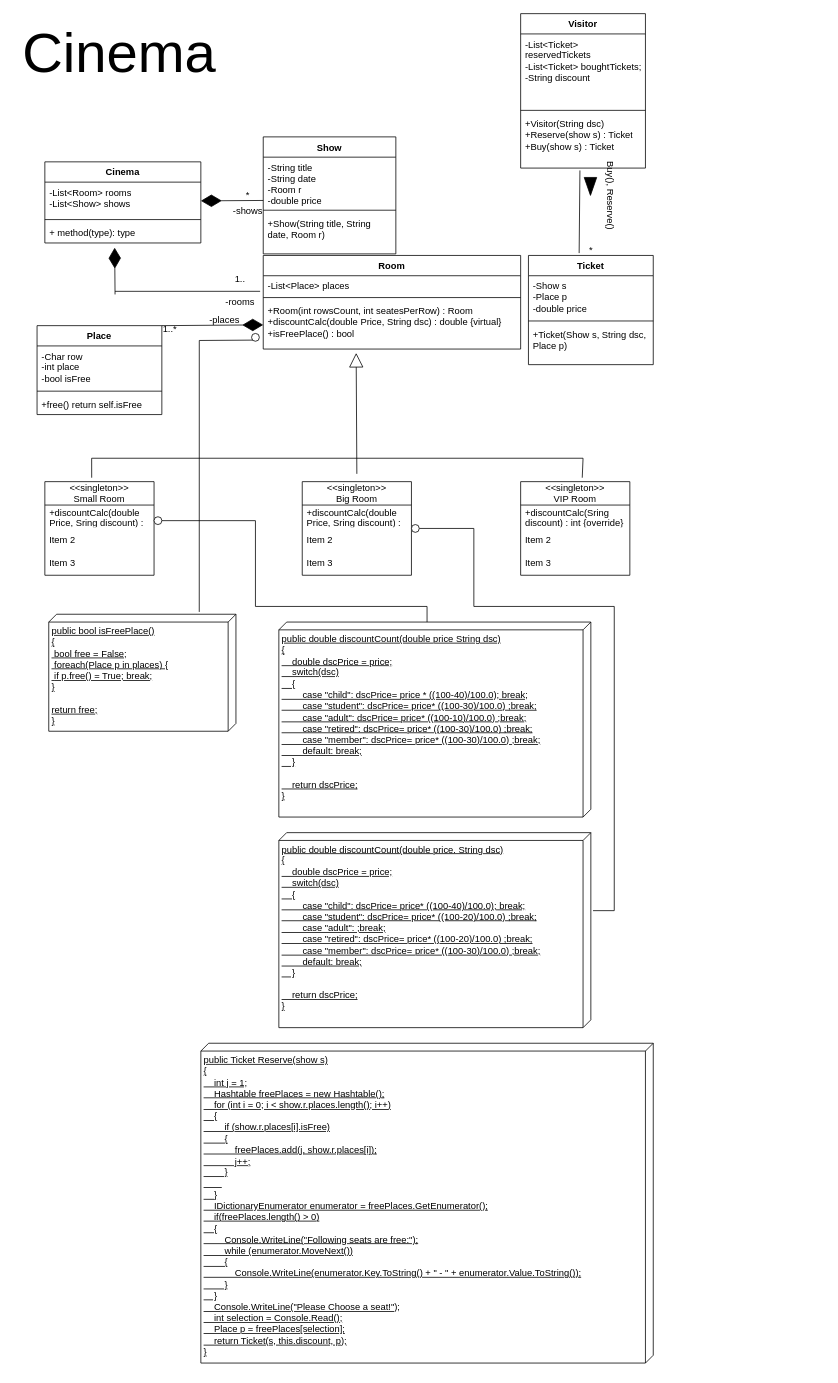
Before: Untitled Diagram.drawio in hitchhiker1986/OEP_bigFinalHomeWork, a draw.io diagram. Source tidied: cells renumbered, new cells numbered last; positions are measured from the earlier drawing's top-left corner, leaving out a move shared by most shapes. Both pictures are drawn from the tidied source at 78%, with x=0, y=0 at pixel (13, 13).
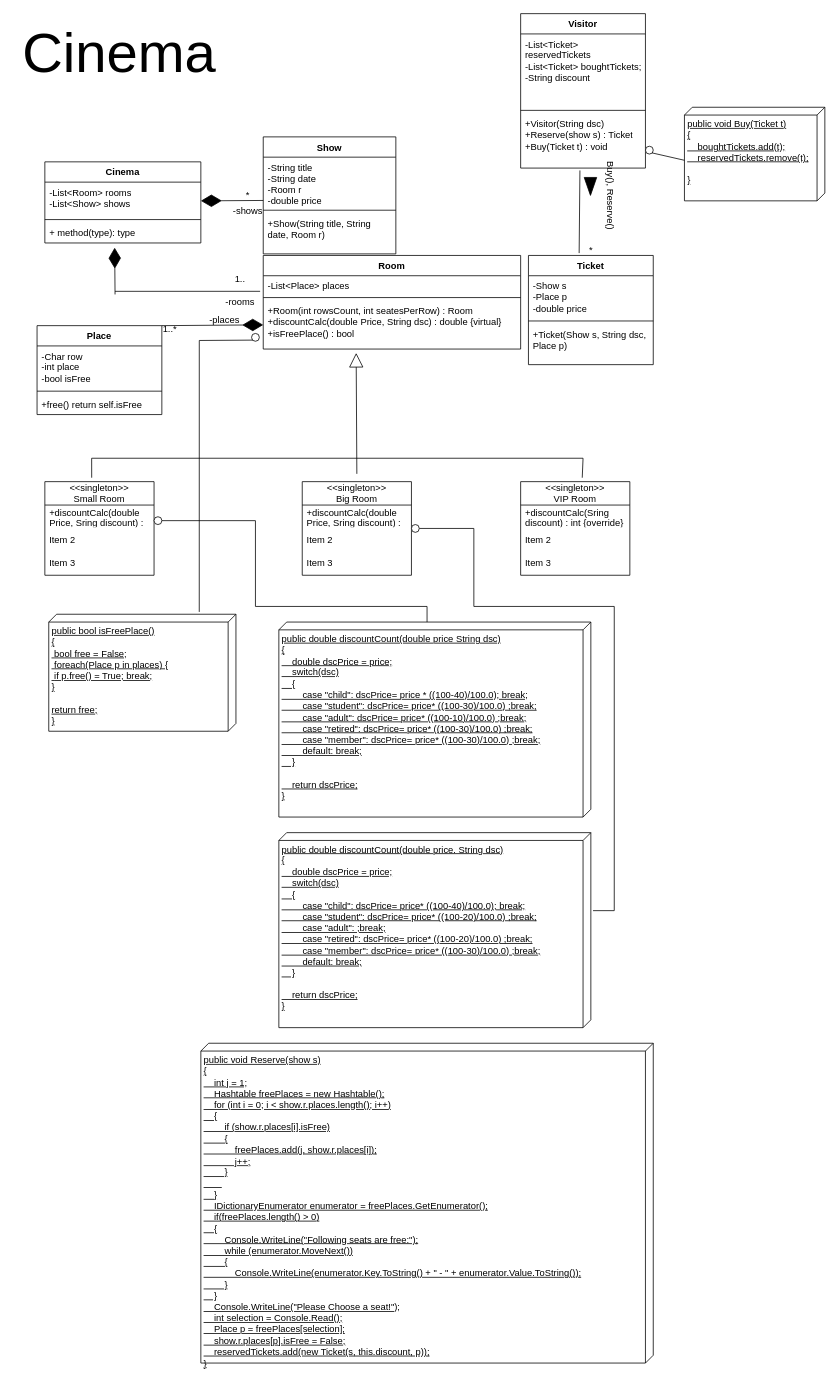
The same page after the edit.

The change refers to these unchanged cells:
```xml
<mxCell id="36" value="Visitor" style="swimlane;fontStyle=1;align=center;verticalAlign=top;horizontal=1;startSize=26;whiteSpace=wrap;html=1;" parent="1" vertex="1">
  <mxGeometry x="650" width="160" height="198" as="geometry" />
</mxCell>
```

Diff of the diagram source:
```diff
@@
-    <mxCell id="39" value="&lt;div&gt;+Visitor(String dsc)&lt;br&gt;+Reserve(show s) : Ticket&lt;br&gt;&lt;/div&gt;&lt;div&gt;+Buy(show s) : Ticket&lt;/div&gt;&lt;div&gt;&lt;br&gt;&lt;/div&gt;" style="text;strokeColor=none;fillColor=none;align=left;verticalAlign=top;spacingLeft=4;spacingRight=4;overflow=hidden;points=[[0,0.5],[1,0.5]];portConstraint=eastwest;whiteSpace=wrap;html=1;" parent="36" vertex="1">
+    <mxCell id="39" value="&lt;div&gt;+Visitor(String dsc)&lt;br&gt;+Reserve(show s) : Ticket&lt;br&gt;&lt;/div&gt;&lt;div&gt;+Buy(Ticket t) : void&lt;br&gt;&lt;/div&gt;&lt;div&gt;&lt;br&gt;&lt;/div&gt;" style="text;strokeColor=none;fillColor=none;align=left;verticalAlign=top;spacingLeft=4;spacingRight=4;overflow=hidden;points=[[0,0.5],[1,0.5]];portConstraint=eastwest;whiteSpace=wrap;html=1;" parent="36" vertex="1">
       <mxGeometry y="128" width="160" height="70" as="geometry" />
     </mxCell>
@@
-    <mxCell id="61" value="public Ticket Reserve(show s) &lt;br&gt;{&lt;br&gt;&amp;nbsp;&amp;nbsp; &amp;nbsp;int j = 1;&lt;br&gt;&amp;nbsp;&amp;nbsp; &amp;nbsp;Hashtable freePlaces = new Hashtable();&lt;br&gt;&amp;nbsp;&amp;nbsp; &amp;nbsp;for (int i = 0; i &amp;lt; show.r.places.length(); i++) &lt;br&gt;&amp;nbsp;&amp;nbsp; &amp;nbsp;{&lt;br&gt;&amp;nbsp;&amp;nbsp; &amp;nbsp;&amp;nbsp;&amp;nbsp;&amp;nbsp; if (show.r.places[i].isFree)&lt;br&gt;&amp;nbsp;&amp;nbsp; &amp;nbsp;&amp;nbsp;&amp;nbsp;&amp;nbsp; {&lt;br&gt;&amp;nbsp;&amp;nbsp; &amp;nbsp;&amp;nbsp;&amp;nbsp;&amp;nbsp; &amp;nbsp;&amp;nbsp;&amp;nbsp; freePlaces.add(j, show.r.places[i]);&lt;br&gt;&amp;nbsp;&amp;nbsp; &amp;nbsp;&amp;nbsp;&amp;nbsp;&amp;nbsp; &amp;nbsp;&amp;nbsp;&amp;nbsp; j++;&lt;br&gt;&amp;nbsp;&amp;nbsp; &amp;nbsp;&amp;nbsp;&amp;nbsp;&amp;nbsp; }&lt;br&gt;&amp;nbsp;&amp;nbsp; &amp;nbsp;&amp;nbsp;&amp;nbsp;&amp;nbsp; &lt;br&gt;&amp;nbsp;&amp;nbsp; &amp;nbsp;}&lt;br&gt;&amp;nbsp;&amp;nbsp; &amp;nbsp;IDictionaryEnumerator enumerator = freePlaces.GetEnumerator();&lt;br&gt;&amp;nbsp;&amp;nbsp; &amp;nbsp;if(freePlaces.length() &amp;gt; 0)&lt;br&gt;&amp;nbsp;&amp;nbsp; &amp;nbsp;{&lt;br&gt;&amp;nbsp;&amp;nbsp; &amp;nbsp;&amp;nbsp;&amp;nbsp;&amp;nbsp; Console.WriteLine(&quot;Following seats are free:&quot;);&lt;br&gt;&amp;nbsp;&amp;nbsp; &amp;nbsp;&amp;nbsp;&amp;nbsp;&amp;nbsp; while (enumerator.MoveNext())&lt;br&gt;&amp;nbsp;&amp;nbsp; &amp;nbsp;&amp;nbsp;&amp;nbsp;&amp;nbsp; {&lt;br&gt;&amp;nbsp;&amp;nbsp; &amp;nbsp;&amp;nbsp;&amp;nbsp;&amp;nbsp; &amp;nbsp;&amp;nbsp;&amp;nbsp; Console.WriteLine(enumerator.Key.ToString() + &quot; - &quot; + enumerator.Value.ToString());&lt;br&gt;&amp;nbsp;&amp;nbsp; &amp;nbsp;&amp;nbsp;&amp;nbsp;&amp;nbsp; }&lt;br&gt;&amp;nbsp;&amp;nbsp; &amp;nbsp;}&lt;br&gt;&amp;nbsp;&amp;nbsp; &amp;nbsp;Console.WriteLine(&quot;Please Choose a seat!&quot;);&lt;br&gt;&amp;nbsp;&amp;nbsp; &amp;nbsp;int selection = Console.Read();&lt;br&gt;&amp;nbsp;&amp;nbsp; &amp;nbsp;Place p = freePlaces[selection];&lt;br&gt;&amp;nbsp;&amp;nbsp; &amp;nbsp;return Ticket(s, this.discount, p);&lt;br&gt;}" style="verticalAlign=top;align=left;spacingTop=8;spacingLeft=2;spacingRight=12;shape=cube;size=10;direction=south;fontStyle=4;html=1;whiteSpace=wrap;" parent="1" vertex="1">
+    <mxCell id="61" value="public void Reserve(show s) &lt;br&gt;{&lt;br&gt;&amp;nbsp;&amp;nbsp; &amp;nbsp;int j = 1;&lt;br&gt;&amp;nbsp;&amp;nbsp; &amp;nbsp;Hashtable freePlaces = new Hashtable();&lt;br&gt;&amp;nbsp;&amp;nbsp; &amp;nbsp;for (int i = 0; i &amp;lt; show.r.places.length(); i++) &lt;br&gt;&amp;nbsp;&amp;nbsp; &amp;nbsp;{&lt;br&gt;&amp;nbsp;&amp;nbsp; &amp;nbsp;&amp;nbsp;&amp;nbsp;&amp;nbsp; if (show.r.places[i].isFree)&lt;br&gt;&amp;nbsp;&amp;nbsp; &amp;nbsp;&amp;nbsp;&amp;nbsp;&amp;nbsp; {&lt;br&gt;&amp;nbsp;&amp;nbsp; &amp;nbsp;&amp;nbsp;&amp;nbsp;&amp;nbsp; &amp;nbsp;&amp;nbsp;&amp;nbsp; freePlaces.add(j, show.r.places[i]);&lt;br&gt;&amp;nbsp;&amp;nbsp; &amp;nbsp;&amp;nbsp;&amp;nbsp;&amp;nbsp; &amp;nbsp;&amp;nbsp;&amp;nbsp; j++;&lt;br&gt;&amp;nbsp;&amp;nbsp; &amp;nbsp;&amp;nbsp;&amp;nbsp;&amp;nbsp; }&lt;br&gt;&amp;nbsp;&amp;nbsp; &amp;nbsp;&amp;nbsp;&amp;nbsp;&amp;nbsp; &lt;br&gt;&amp;nbsp;&amp;nbsp; &amp;nbsp;}&lt;br&gt;&amp;nbsp;&amp;nbsp; &amp;nbsp;IDictionaryEnumerator enumerator = freePlaces.GetEnumerator();&lt;br&gt;&amp;nbsp;&amp;nbsp; &amp;nbsp;if(freePlaces.length() &amp;gt; 0)&lt;br&gt;&amp;nbsp;&amp;nbsp; &amp;nbsp;{&lt;br&gt;&amp;nbsp;&amp;nbsp; &amp;nbsp;&amp;nbsp;&amp;nbsp;&amp;nbsp; Console.WriteLine(&quot;Following seats are free:&quot;);&lt;br&gt;&amp;nbsp;&amp;nbsp; &amp;nbsp;&amp;nbsp;&amp;nbsp;&amp;nbsp; while (enumerator.MoveNext())&lt;br&gt;&amp;nbsp;&amp;nbsp; &amp;nbsp;&amp;nbsp;&amp;nbsp;&amp;nbsp; {&lt;br&gt;&amp;nbsp;&amp;nbsp; &amp;nbsp;&amp;nbsp;&amp;nbsp;&amp;nbsp; &amp;nbsp;&amp;nbsp;&amp;nbsp; Console.WriteLine(enumerator.Key.ToString() + &quot; - &quot; + enumerator.Value.ToString());&lt;br&gt;&amp;nbsp;&amp;nbsp; &amp;nbsp;&amp;nbsp;&amp;nbsp;&amp;nbsp; }&lt;br&gt;&amp;nbsp;&amp;nbsp; &amp;nbsp;}&lt;br&gt;&amp;nbsp;&amp;nbsp; &amp;nbsp;Console.WriteLine(&quot;Please Choose a seat!&quot;);&lt;br&gt;&amp;nbsp;&amp;nbsp; &amp;nbsp;int selection = Console.Read();&lt;br&gt;&lt;div&gt;&amp;nbsp;&amp;nbsp; &amp;nbsp;Place p = freePlaces[selection];&lt;/div&gt;&lt;div&gt;&amp;nbsp;&amp;nbsp;&amp;nbsp; show.r.places[p].isFree = False;&lt;br&gt;&lt;/div&gt;&amp;nbsp;&amp;nbsp;&amp;nbsp; reservedTickets.add(new Ticket(s, this.discount, p));&lt;br&gt;}" style="verticalAlign=top;align=left;spacingTop=8;spacingLeft=2;spacingRight=12;shape=cube;size=10;direction=south;fontStyle=4;html=1;whiteSpace=wrap;" parent="1" vertex="1">
       <mxGeometry x="240" y="1320" width="580" height="410" as="geometry" />
     </mxCell>
@@
+    <mxCell id="67" value="public void Buy(Ticket t)&#10;{&#10;    boughtTickets.add(t);&#10;    reservedTickets.remove(t);&#10;&#10;}" style="verticalAlign=top;align=left;spacingTop=8;spacingLeft=2;spacingRight=12;shape=cube;size=10;direction=south;fontStyle=4;html=1;whiteSpace=wrap;" parent="1" vertex="1">
+      <mxGeometry x="860" y="120" width="180" height="120" as="geometry" />
+    </mxCell>
+    <mxCell id="68" style="ellipse;whiteSpace=wrap;html=1;" parent="1" vertex="1">
+      <mxGeometry x="810" y="170" width="10" height="10" as="geometry" />
+    </mxCell>
+    <mxCell id="69" style="endArrow=none;html=1;rounded=0;exitX=1;exitY=1;exitDx=0;exitDy=0;" parent="1" edge="1" source="68">
+      <mxGeometry relative="1" as="geometry">
+        <mxPoint x="860" y="188" as="targetPoint" />
+      </mxGeometry>
+    </mxCell>
```
